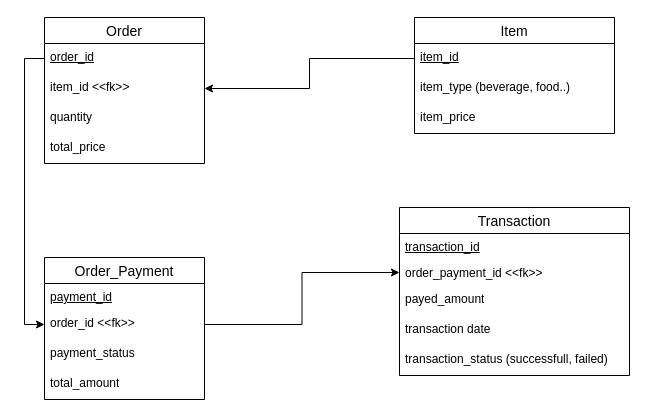
Before: page "Cashier" (2 of 2) of er_diagrams/eii_management.drawio in chillin9panda/hotel-system-demo, a draw.io diagram. Source tidied: cells renumbered, new cells numbered last; positions are measured from the earlier drawing's top-left corner, leaving out a move shared by most shapes. Both pictures are drawn from the tidied source at 100%, with x=0, y=0 at pixel (44, 17).
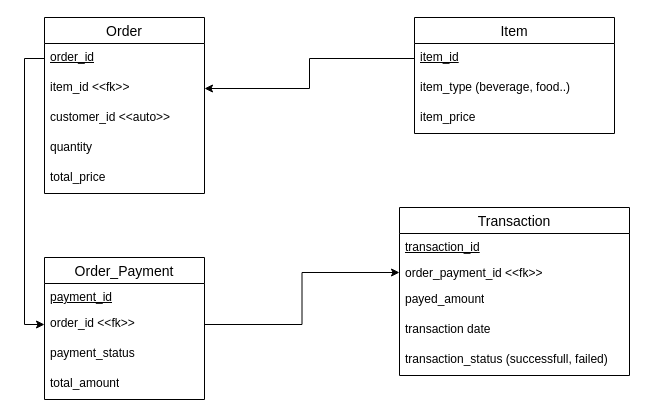
After the change.

Commit message (it also covers changes not shown here):
table relation redifined

Change to the diagram source:
```diff
@@
     <mxCell id="2" value="Order" style="swimlane;fontStyle=0;horizontal=1;startSize=26;align=center;fontSize=14;" parent="1" vertex="1">
-      <mxGeometry width="160" height="146" as="geometry" />
+      <mxGeometry width="160" height="176" as="geometry" />
     </mxCell>
@@
+    <mxCell id="25" value="customer_id &amp;lt;&amp;lt;auto&amp;gt;&amp;gt;" style="text;strokeColor=none;fillColor=none;spacingLeft=4;spacingRight=4;overflow=hidden;fontSize=12;whiteSpace=wrap;html=1;" parent="2" vertex="1">
+      <mxGeometry y="86" width="160" height="30" as="geometry" />
+    </mxCell>
     <mxCell id="5" value="quantity" style="text;strokeColor=none;fillColor=none;spacingLeft=4;spacingRight=4;overflow=hidden;fontSize=12;whiteSpace=wrap;html=1;" parent="2" vertex="1">
-      <mxGeometry y="86" width="160" height="30" as="geometry" />
+      <mxGeometry y="116" width="160" height="30" as="geometry" />
     </mxCell>
     <mxCell id="6" value="total_price" style="text;strokeColor=none;fillColor=none;spacingLeft=4;spacingRight=4;overflow=hidden;fontSize=12;whiteSpace=wrap;html=1;" parent="2" vertex="1">
-      <mxGeometry y="116" width="160" height="30" as="geometry" />
+      <mxGeometry y="146" width="160" height="30" as="geometry" />
     </mxCell>
```
